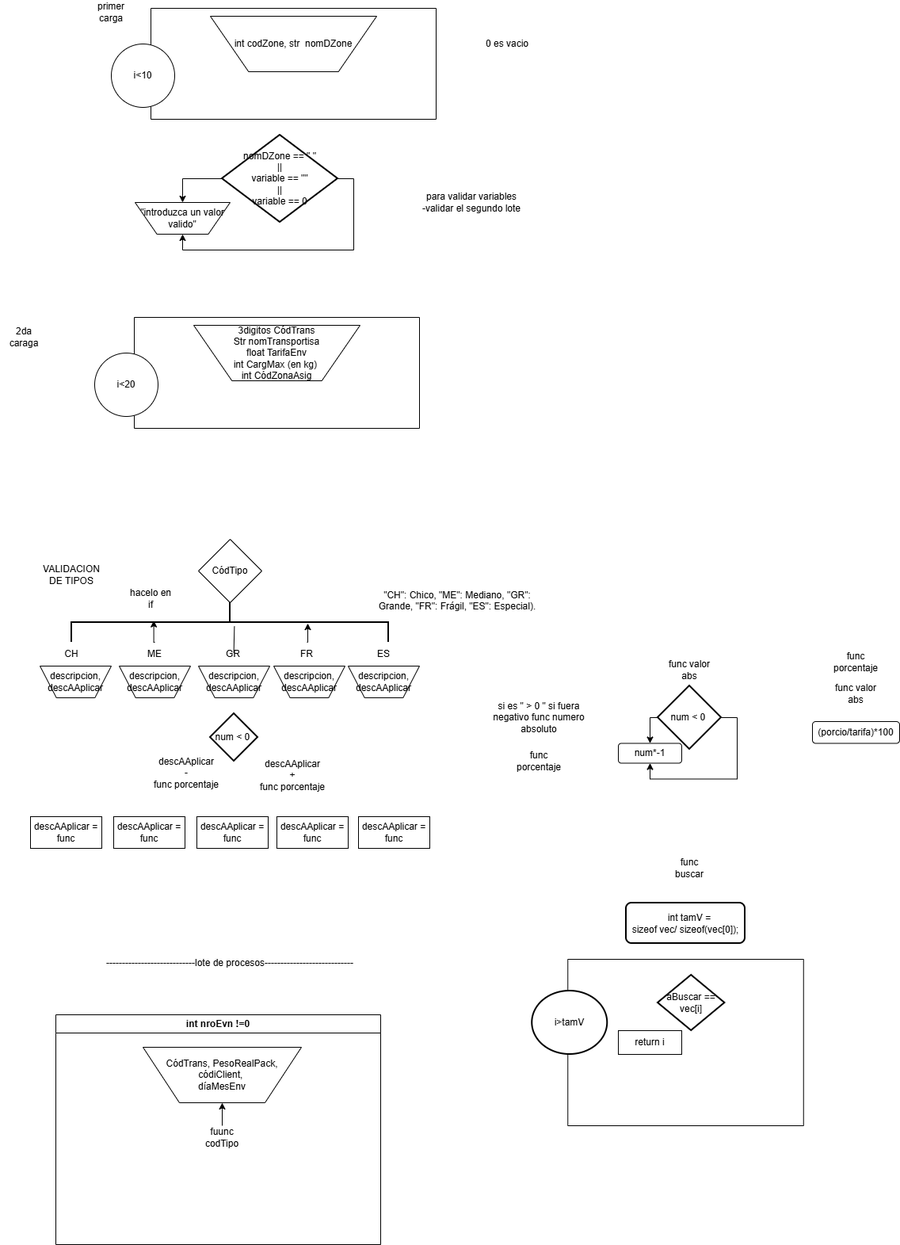
This is TPI.drawio.png from Ignaciokt/ejercios-prog-2026, a draw.io export, as it was before one commit. Source tidied: cells renumbered, new cells last; positions are measured from the earlier drawing's top-left corner, leaving out a move shared by most shapes.
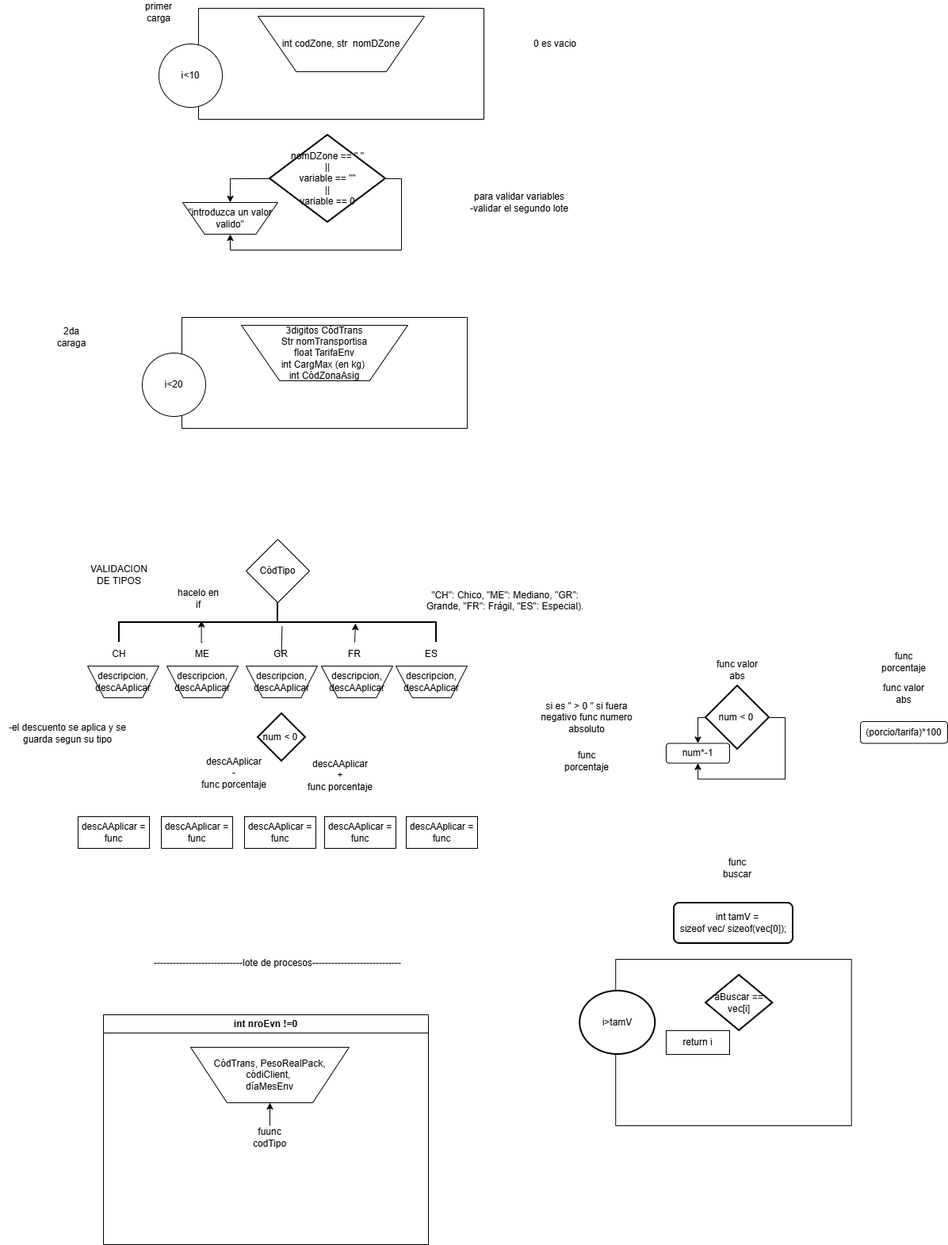
The same diagram one commit later.

Change to the diagram source:
```diff
@@ -188,5 +188,8 @@
     <mxCell id="62" value="&lt;div&gt;&amp;nbsp;&lt;/div&gt;&lt;div&gt;&amp;nbsp; &amp;nbsp; int tamV =&amp;nbsp;&lt;/div&gt;&lt;div&gt;sizeof vec/ sizeof(vec[0]);&lt;/div&gt;&lt;div&gt;&amp;nbsp; &amp;nbsp;&amp;nbsp;&lt;/div&gt;" style="rounded=1;whiteSpace=wrap;html=1;absoluteArcSize=1;arcSize=14;strokeWidth=2;" parent="1" vertex="1">
       <mxGeometry x="790" y="1139" width="150" height="51" as="geometry" />
     </mxCell>
+    <mxCell id="63" value="-el descuento se aplica y se guarda segun su tipo" style="text;html=1;whiteSpace=wrap;strokeColor=none;fillColor=none;align=center;verticalAlign=middle;rounded=0;" parent="1" vertex="1">
+      <mxGeometry x="-60" y="910" width="170" height="30" as="geometry" />
+    </mxCell>
   </root>
 </mxGraphModel>
```
